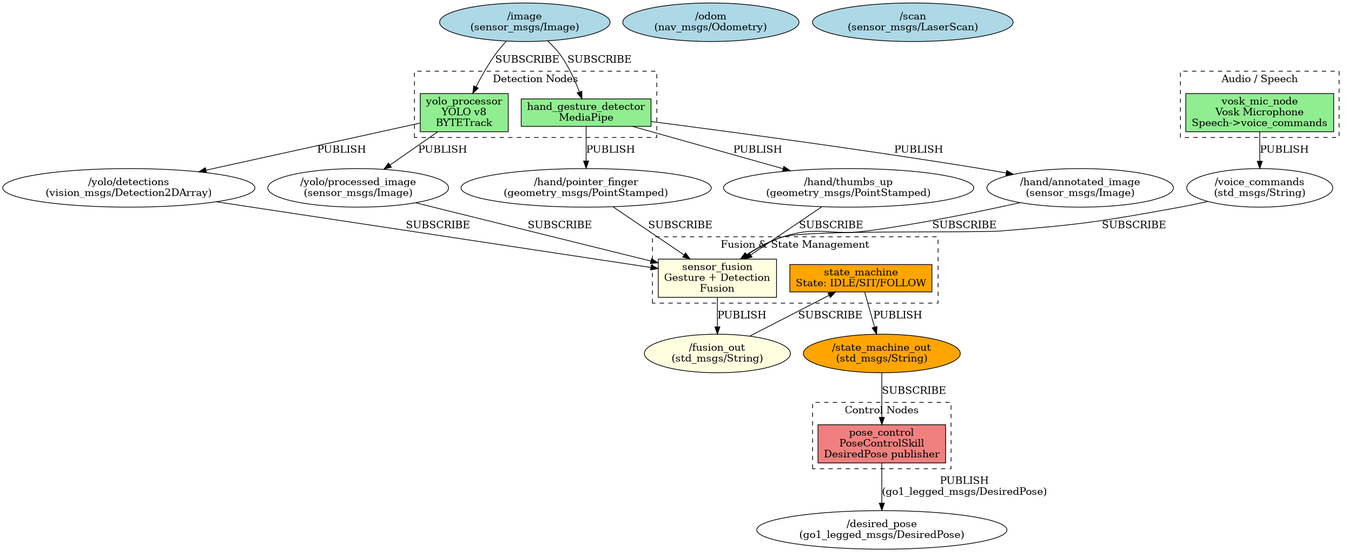
The Graphviz diagram polygon_nav/ros2_architecture.png in Luk-stud/HRI, before a commit. Its source is kept beside it as polygon_nav/ros2_architecture.gv.
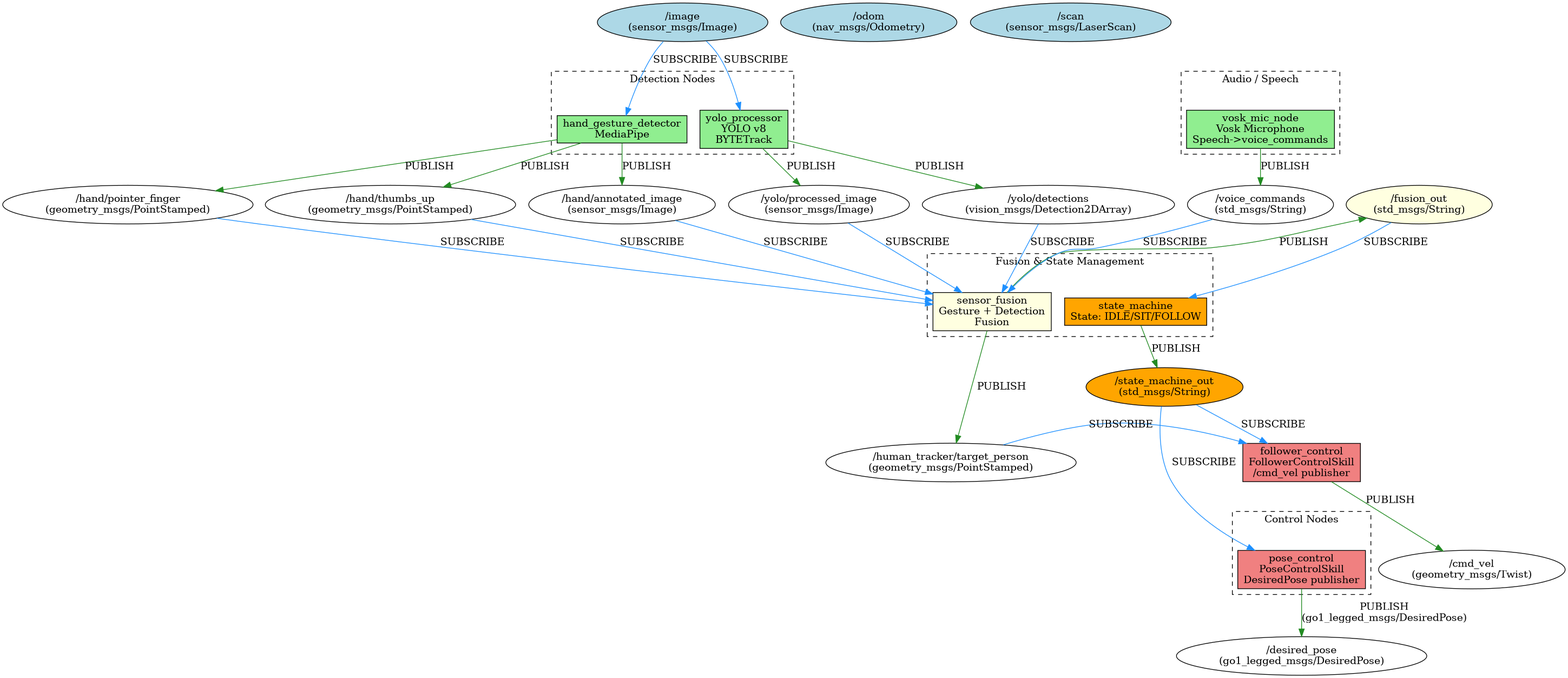
After the commit.

What changed in the source:
```diff
@@ -27,7 +27,9 @@
     subgraph cluster_control {
         label="Control Nodes";
         style=dashed;
+        follower_control [label="follower_control\nFollowerControlSkill\n/cmd_vel publisher", style=filled, fillcolor=lightcoral];
         pose_control [label="pose_control\nPoseControlSkill\nDesiredPose publisher", style=filled, fillcolor=lightcoral];
+        follower_control -> pose_control [style=invis, weight=10];
     }
 
     /* Navigation client removed (polygon_navigation_client deprecated) */
@@ -42,43 +44,47 @@
     voice_commands [label="/voice_commands\n(std_msgs/String)", shape=ellipse];
     /* robot_behavior_state removed - pose_control subscribes to state_machine_out now */
     desired_pose [label="/desired_pose\n(go1_legged_msgs/DesiredPose)", shape=ellipse];
+    target_person [label="/human_tracker/target_person\n(geometry_msgs/PointStamped)", shape=ellipse];
+    cmd_vel [label="/cmd_vel\n(geometry_msgs/Twist)", shape=ellipse];
     /* person_position and nav_action topics removed (tracking & nav client deprecated) */
-
-    image_input -> yolo_node [label="SUBSCRIBE"];
-    image_input -> hand_node [label="SUBSCRIBE"];
-
-    /* odom/scan -> person_tracker removed (person_position_tracker deprecated) */
-
-    yolo_node -> yolo_detections [label="PUBLISH"];
-    yolo_node -> yolo_image [label="PUBLISH"];
-
-    hand_node -> hand_finger [label="PUBLISH"];
-    hand_node -> hand_thumbs_up [label="PUBLISH"];
-    hand_node -> hand_image [label="PUBLISH"];
 
     subgraph cluster_audio {
         label="Audio / Speech";
         style=dashed;
         mic_node [label="vosk_mic_node\nVosk Microphone\nSpeech->voice_commands", style=filled, fillcolor=lightgreen];
     }
-    mic_node -> voice_commands [label="PUBLISH"];
+
+    /* odom/scan -> person_tracker removed (person_position_tracker deprecated) */
+
+    edge [color=dodgerblue, arrowsize=1.05];
+    image_input -> yolo_node [label="SUBSCRIBE"];
+    image_input -> hand_node [label="SUBSCRIBE"];
     voice_commands -> sensor_fusion [label="SUBSCRIBE"];
-
     yolo_detections -> sensor_fusion [label="SUBSCRIBE"];
     yolo_image -> sensor_fusion [label="SUBSCRIBE"];
     hand_finger -> sensor_fusion [label="SUBSCRIBE"];
     hand_thumbs_up -> sensor_fusion [label="SUBSCRIBE"];
     hand_image -> sensor_fusion [label="SUBSCRIBE"];
+    fusion_out -> state_machine [label="SUBSCRIBE"];
+    state_machine_out -> pose_control [label="SUBSCRIBE"];
+    state_machine_out -> follower_control [label="SUBSCRIBE"];
+    target_person -> follower_control [label="SUBSCRIBE"];
+
+    edge [color=forestgreen, arrowsize=1.05];
+    yolo_node -> yolo_detections [label="PUBLISH"];
+    yolo_node -> yolo_image [label="PUBLISH"];
+    hand_node -> hand_finger [label="PUBLISH"];
+    hand_node -> hand_thumbs_up [label="PUBLISH"];
+    hand_node -> hand_image [label="PUBLISH"];
+    mic_node -> voice_commands [label="PUBLISH"];
     sensor_fusion -> fusion_out [label="PUBLISH"];
+    sensor_fusion -> target_person [label="PUBLISH"];
+    state_machine -> state_machine_out [label="PUBLISH"];
+    pose_control -> desired_pose [label="PUBLISH\n(go1_legged_msgs/DesiredPose)"];
+    follower_control -> cmd_vel [label="PUBLISH"];
 
-    fusion_out -> state_machine [label="SUBSCRIBE"];
-    state_machine -> state_machine_out [label="PUBLISH"];
-
-    state_machine_out -> pose_control [label="SUBSCRIBE"];
-    pose_control -> desired_pose [label="PUBLISH\n(go1_legged_msgs/DesiredPose)"];
+    { rank=same; target_person; follower_control; }
 
 
 
-
-    edge [color=blue];
 }
```
